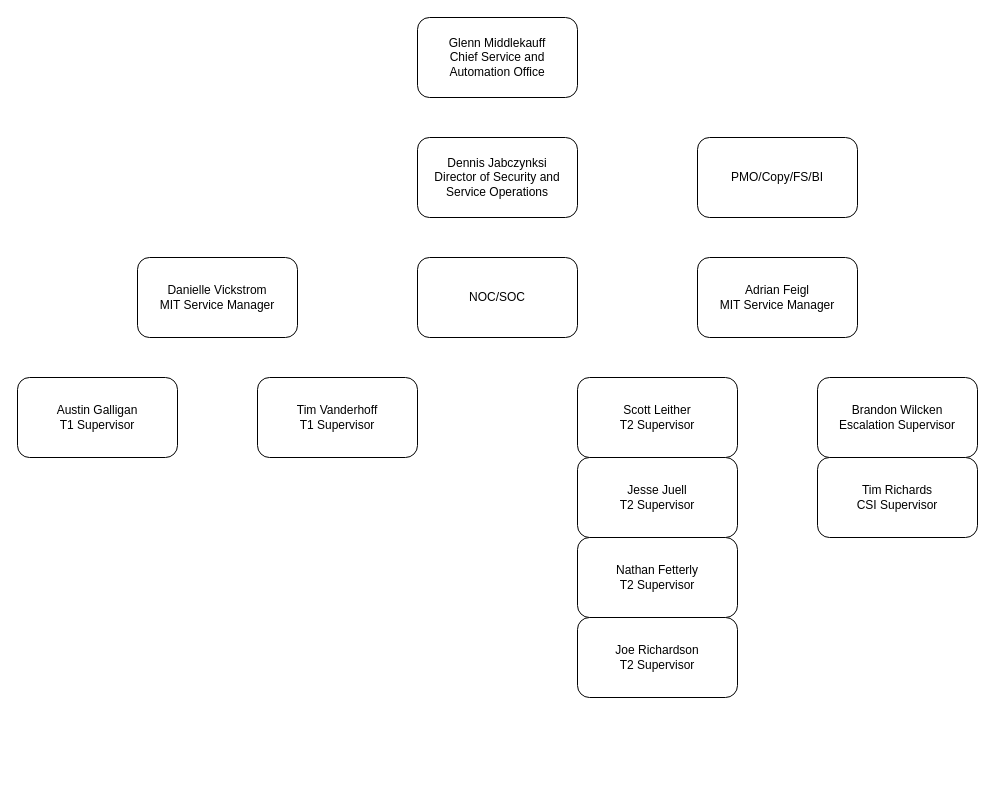
The draw.io diagram page "Page-1" (1 of 2) of Untitled Diagram.drawio in adrian-feigl/markdown-portfolio, before the edit. Source tidied: cells renumbered, new cells numbered last; positions are measured from the earlier drawing's top-left corner, leaving out a move shared by most shapes. Both pictures are drawn from the tidied source at 100%, with x=0, y=0 at pixel (17, 17).
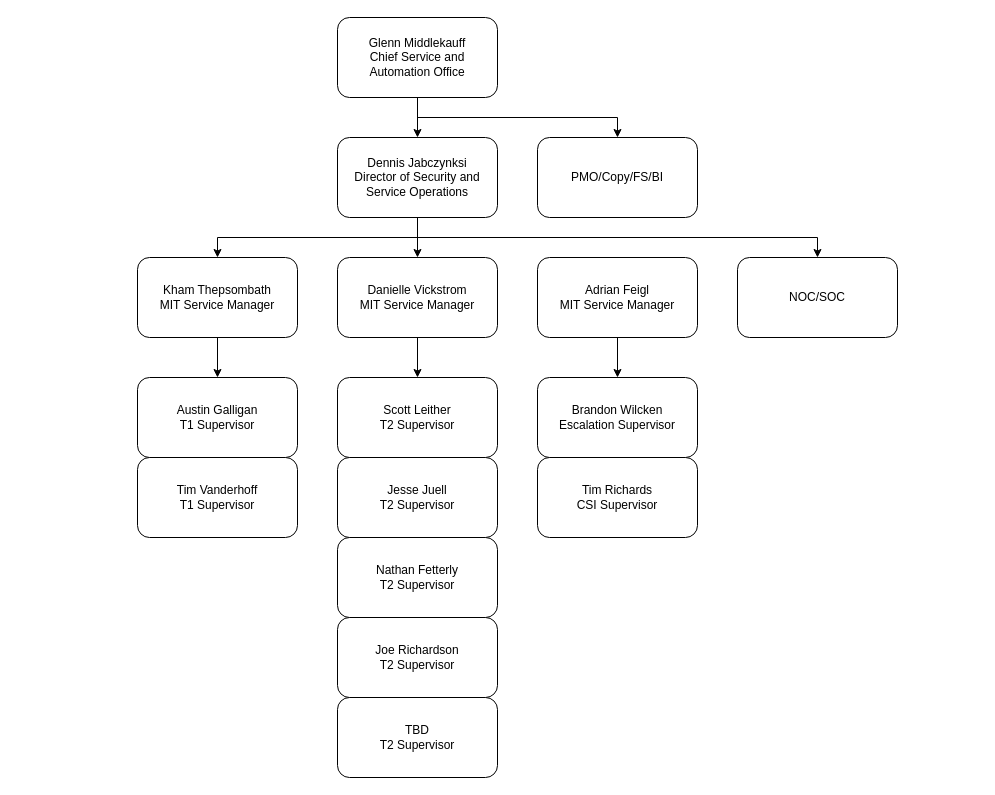
The same diagram, later.

Commit message:
Org chart

The edit, as a diff of the source:
```diff
@@
+    <mxCell id="16" style="edgeStyle=orthogonalEdgeStyle;rounded=0;jettySize=auto;html=1;" parent="1" edge="1" source="2" target="3">
+      <mxGeometry relative="1" as="geometry" />
+    </mxCell>
+    <mxCell id="17" style="edgeStyle=orthogonalEdgeStyle;rounded=0;jettySize=auto;html=1;entryX=0.5;entryY=0;entryDx=0;entryDy=0;exitX=0.5;exitY=1;exitDx=0;exitDy=0;" parent="1" edge="1" source="2" target="11">
+      <mxGeometry relative="1" as="geometry" />
+    </mxCell>
     <mxCell id="2" value="Glenn Middlekauff&lt;br&gt;Chief Service and Automation Office" style="rounded=1;whiteSpace=wrap;html=1;" parent="1" vertex="1">
-      <mxGeometry x="400" width="160" height="80" as="geometry" />
+      <mxGeometry x="320" width="160" height="80" as="geometry" />
     </mxCell>
+    <mxCell id="18" style="edgeStyle=orthogonalEdgeStyle;rounded=0;jettySize=auto;html=1;" parent="1" edge="1" source="3" target="24">
+      <mxGeometry relative="1" as="geometry" />
+    </mxCell>
+    <mxCell id="19" style="edgeStyle=orthogonalEdgeStyle;rounded=0;jettySize=auto;html=1;entryX=0.5;entryY=0;entryDx=0;entryDy=0;exitX=0.5;exitY=1;exitDx=0;exitDy=0;" parent="1" edge="1" source="3" target="6">
+      <mxGeometry relative="1" as="geometry" />
+    </mxCell>
+    <mxCell id="20" style="edgeStyle=orthogonalEdgeStyle;rounded=0;jettySize=auto;html=1;exitX=0.5;exitY=1;exitDx=0;exitDy=0;" parent="1" edge="1" source="3" target="4">
+      <mxGeometry relative="1" as="geometry" />
+    </mxCell>
     <mxCell id="3" value="Dennis Jabczynksi&lt;br&gt;Director of Security and Service Operations" style="rounded=1;whiteSpace=wrap;html=1;" parent="1" vertex="1">
-      <mxGeometry x="400" y="120" width="160" height="80" as="geometry" />
+      <mxGeometry x="320" y="120" width="160" height="80" as="geometry" />
     </mxCell>
+    <mxCell id="21" style="edgeStyle=orthogonalEdgeStyle;rounded=0;jettySize=auto;html=1;" parent="1" edge="1" source="4" target="7">
+      <mxGeometry relative="1" as="geometry" />
+    </mxCell>
-    <mxCell id="4" value="Danielle Vickstrom&lt;br&gt;MIT Service Manager" style="rounded=1;whiteSpace=wrap;html=1;" parent="1" vertex="1">
+    <mxCell id="4" value="Kham Thepsombath&lt;br&gt;MIT Service Manager" style="rounded=1;whiteSpace=wrap;html=1;" parent="1" vertex="1">
       <mxGeometry x="120" y="240" width="160" height="80" as="geometry" />
     </mxCell>
+    <mxCell id="22" style="edgeStyle=orthogonalEdgeStyle;rounded=0;jettySize=auto;html=1;" parent="1" edge="1" source="5" target="10">
+      <mxGeometry relative="1" as="geometry" />
+    </mxCell>
     <mxCell id="5" value="Adrian Feigl&lt;br&gt;MIT Service Manager" style="rounded=1;whiteSpace=wrap;html=1;" parent="1" vertex="1">
-      <mxGeometry x="680" y="240" width="160" height="80" as="geometry" />
+      <mxGeometry x="520" y="240" width="160" height="80" as="geometry" />
     </mxCell>
     <mxCell id="6" value="NOC/SOC" style="rounded=1;whiteSpace=wrap;html=1;" parent="1" vertex="1">
-      <mxGeometry x="400" y="240" width="160" height="80" as="geometry" />
+      <mxGeometry x="720" y="240" width="160" height="80" as="geometry" />
     </mxCell>
     <mxCell id="7" value="Austin Galligan&lt;br&gt;T1 Supervisor&lt;br&gt;" style="rounded=1;whiteSpace=wrap;html=1;" parent="1" vertex="1">
-      <mxGeometry y="360" width="160" height="80" as="geometry" />
+      <mxGeometry x="120" y="360" width="160" height="80" as="geometry" />
     </mxCell>
     <mxCell id="8" value="Tim Vanderhoff&lt;br&gt;T1 Supervisor" style="rounded=1;whiteSpace=wrap;html=1;" parent="1" vertex="1">
-      <mxGeometry x="240" y="360" width="160" height="80" as="geometry" />
+      <mxGeometry x="120" y="440" width="160" height="80" as="geometry" />
     </mxCell>
     <mxCell id="9" value="Scott Leither&lt;br&gt;T2 Supervisor" style="rounded=1;whiteSpace=wrap;html=1;" parent="1" vertex="1">
-      <mxGeometry x="560" y="360" width="160" height="80" as="geometry" />
+      <mxGeometry x="320" y="360" width="160" height="80" as="geometry" />
     </mxCell>
     <mxCell id="10" value="Brandon Wilcken&lt;br&gt;Escalation Supervisor" style="rounded=1;whiteSpace=wrap;html=1;" parent="1" vertex="1">
-      <mxGeometry x="800" y="360" width="160" height="80" as="geometry" />
+      <mxGeometry x="520" y="360" width="160" height="80" as="geometry" />
     </mxCell>
     <mxCell id="11" value="PMO/Copy/FS/BI" style="rounded=1;whiteSpace=wrap;html=1;" parent="1" vertex="1">
-      <mxGeometry x="680" y="120" width="160" height="80" as="geometry" />
+      <mxGeometry x="520" y="120" width="160" height="80" as="geometry" />
     </mxCell>
     <mxCell id="12" value="Jesse Juell&lt;br&gt;T2 Supervisor" style="rounded=1;whiteSpace=wrap;html=1;" parent="1" vertex="1">
-      <mxGeometry x="560" y="440" width="160" height="80" as="geometry" />
+      <mxGeometry x="320" y="440" width="160" height="80" as="geometry" />
     </mxCell>
     <mxCell id="13" value="Nathan Fetterly&lt;br&gt;T2 Supervisor" style="rounded=1;whiteSpace=wrap;html=1;" parent="1" vertex="1">
-      <mxGeometry x="560" y="520" width="160" height="80" as="geometry" />
+      <mxGeometry x="320" y="520" width="160" height="80" as="geometry" />
     </mxCell>
     <mxCell id="14" value="Joe Richardson&lt;br&gt;T2 Supervisor" style="rounded=1;whiteSpace=wrap;html=1;" parent="1" vertex="1">
-      <mxGeometry x="560" y="600" width="160" height="80" as="geometry" />
+      <mxGeometry x="320" y="600" width="160" height="80" as="geometry" />
     </mxCell>
     <mxCell id="15" value="Tim Richards&lt;br&gt;CSI Supervisor" style="rounded=1;whiteSpace=wrap;html=1;" parent="1" vertex="1">
-      <mxGeometry x="800" y="440" width="160" height="80" as="geometry" />
+      <mxGeometry x="520" y="440" width="160" height="80" as="geometry" />
     </mxCell>
+    <mxCell id="23" style="edgeStyle=orthogonalEdgeStyle;rounded=0;jettySize=auto;html=1;" parent="1" edge="1" source="24" target="9">
+      <mxGeometry relative="1" as="geometry" />
+    </mxCell>
+    <mxCell id="24" value="Danielle Vickstrom&lt;br&gt;MIT Service Manager" style="rounded=1;whiteSpace=wrap;html=1;" parent="1" vertex="1">
+      <mxGeometry x="320" y="240" width="160" height="80" as="geometry" />
+    </mxCell>
+    <mxCell id="25" value="TBD&lt;br&gt;T2 Supervisor" style="rounded=1;whiteSpace=wrap;html=1;" parent="1" vertex="1">
+      <mxGeometry x="320" y="680" width="160" height="80" as="geometry" />
+    </mxCell>
```
